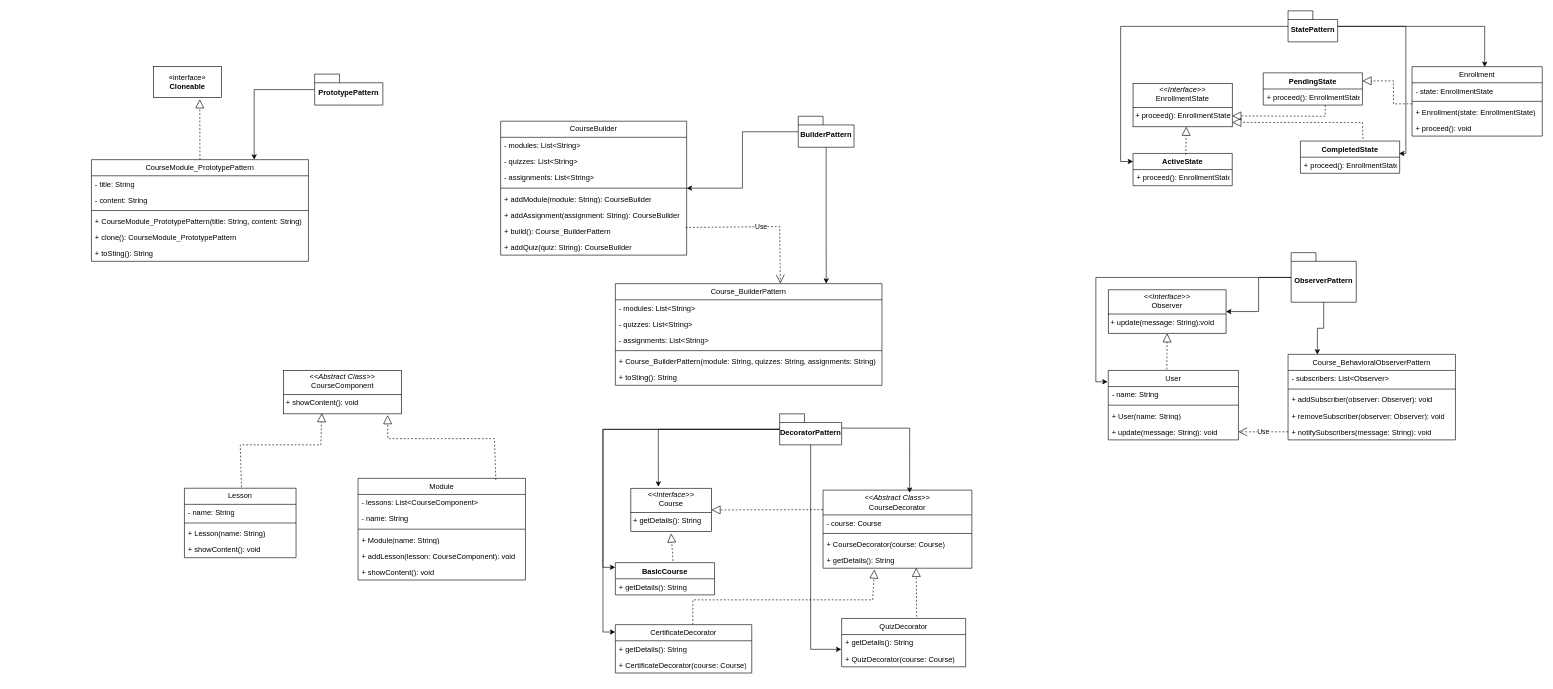
Before: src/Диаграмма без названия.drawio in AkBePEEK/SoftwareDesignPatterns_Project, a draw.io diagram. Source tidied: cells renumbered, new cells numbered last; positions are measured from the earlier drawing's top-left corner, leaving out a move shared by most shapes. Both pictures are drawn from the tidied source at 62%, with x=0, y=0 at pixel (91, 11).
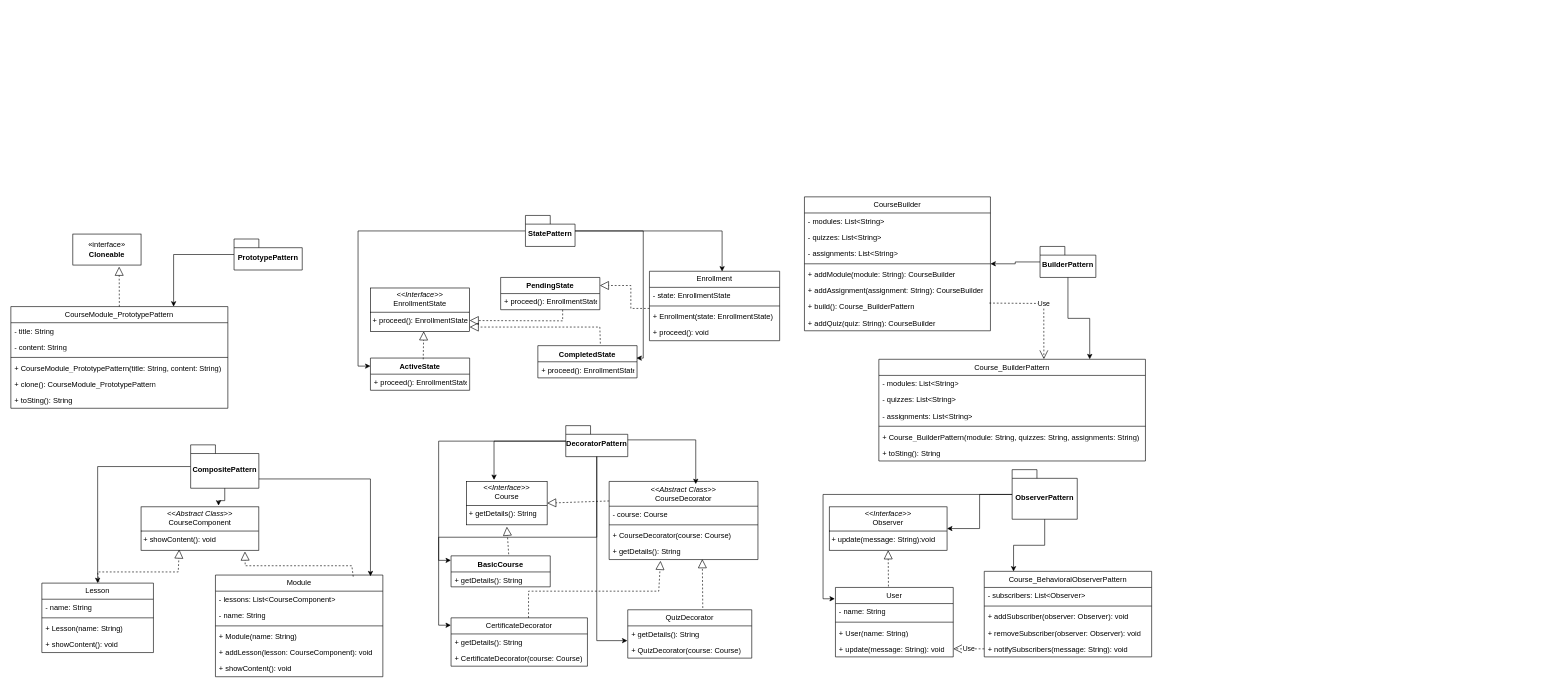
The same diagram, later.

Unchanged cells that the change refers to:
```xml
<mxCell id="18" value="+ build():&amp;nbsp;&lt;span style=&quot;text-align: center;&quot;&gt;Course_BuilderPattern&lt;/span&gt;" style="text;strokeColor=none;fillColor=none;align=left;verticalAlign=top;spacingLeft=4;spacingRight=4;overflow=hidden;points=[[0,0.5],[1,0.5]];portConstraint=eastwest;whiteSpace=wrap;html=1;" parent="11" vertex="1">
  <mxGeometry y="164" width="300" height="26" as="geometry" />
</mxCell>
<mxCell id="48" value="+&amp;nbsp;getDetails(): String" style="text;strokeColor=none;fillColor=none;align=left;verticalAlign=top;spacingLeft=4;spacingRight=4;overflow=hidden;points=[[0,0.5],[1,0.5]];portConstraint=eastwest;whiteSpace=wrap;html=1;" parent="44" vertex="1">
  <mxGeometry y="100" width="240" height="26" as="geometry" />
</mxCell>
<mxCell id="62" value="+&amp;nbsp;proceed():&amp;nbsp;EnrollmentState" style="text;strokeColor=none;fillColor=none;align=left;verticalAlign=top;spacingLeft=4;spacingRight=4;overflow=hidden;points=[[0,0.5],[1,0.5]];portConstraint=eastwest;whiteSpace=wrap;html=1;" parent="61" vertex="1">
  <mxGeometry y="26" width="160" height="26" as="geometry" />
</mxCell>
<mxCell id="73" value="+&amp;nbsp;&lt;span style=&quot;text-align: center;&quot;&gt;Enrollment&lt;/span&gt;(state: EnrollmentState)" style="text;strokeColor=none;fillColor=none;align=left;verticalAlign=top;spacingLeft=4;spacingRight=4;overflow=hidden;points=[[0,0.5],[1,0.5]];portConstraint=eastwest;whiteSpace=wrap;html=1;" parent="70" vertex="1">
  <mxGeometry y="60" width="210" height="26" as="geometry" />
</mxCell>
```

What changed in the source:
```diff
@@
     <mxCell id="2" value="CourseModule_PrototypePattern" style="swimlane;fontStyle=0;horizontal=1;startSize=26;fillColor=none;whiteSpace=wrap;html=1;" parent="1" vertex="1">
-      <mxGeometry y="240" width="350" height="164" as="geometry" />
+      <mxGeometry x="-130" y="477" width="350" height="164" as="geometry" />
     </mxCell>
@@
     <mxCell id="9" value="«interface»&lt;br&gt;&lt;b&gt;Cloneable&lt;/b&gt;" style="html=1;whiteSpace=wrap;" parent="1" vertex="1">
-      <mxGeometry x="100" y="90" width="110" height="50" as="geometry" />
+      <mxGeometry x="-30" y="360" width="110" height="50" as="geometry" />
     </mxCell>
@@
     <mxCell id="11" value="CourseBuilder" style="swimlane;fontStyle=0;horizontal=1;startSize=26;fillColor=none;whiteSpace=wrap;html=1;" parent="1" vertex="1">
-      <mxGeometry x="660" y="178" width="300" height="216" as="geometry" />
+      <mxGeometry x="1150" y="300" width="300" height="216" as="geometry" />
     </mxCell>
@@
     <mxCell id="20" value="Course_BuilderPattern" style="swimlane;fontStyle=0;horizontal=1;startSize=26;fillColor=none;whiteSpace=wrap;html=1;" parent="1" vertex="1">
-      <mxGeometry x="845" y="440" width="430" height="164" as="geometry" />
+      <mxGeometry x="1270" y="562" width="430" height="164" as="geometry" />
     </mxCell>
@@
     <mxCell id="27" value="Use" style="endArrow=open;endSize=12;dashed=1;html=1;rounded=0;exitX=0.994;exitY=0.282;exitDx=0;exitDy=0;exitPerimeter=0;entryX=0.619;entryY=-0.002;entryDx=0;entryDy=0;entryPerimeter=0;" parent="1" edge="1" source="18" target="20">
       <mxGeometry relative="1" as="geometry">
         <Array as="points">
-          <mxPoint x="1110" y="348" />
+          <mxPoint x="1536" y="472" />
         </Array>
       </mxGeometry>
     </mxCell>
     <mxCell id="28" value="&lt;p style=&quot;margin:0px;margin-top:4px;text-align:center;&quot;&gt;&lt;i&gt;&amp;lt;&amp;lt;Abstract Class&amp;gt;&amp;gt;&lt;/i&gt;&lt;br&gt;CourseComponent&lt;/p&gt;&lt;hr size=&quot;1&quot; style=&quot;border-style:solid;&quot;&gt;&lt;p style=&quot;margin:0px;margin-left:4px;&quot;&gt;+&amp;nbsp;showContent(): void&lt;/p&gt;" style="verticalAlign=top;align=left;overflow=fill;html=1;whiteSpace=wrap;" parent="1" vertex="1">
-      <mxGeometry x="310" y="580" width="190" height="70" as="geometry" />
+      <mxGeometry x="80" y="800" width="190" height="70" as="geometry" />
     </mxCell>
     <mxCell id="29" value="Lesson" style="swimlane;fontStyle=0;horizontal=1;startSize=26;fillColor=none;whiteSpace=wrap;html=1;" parent="1" vertex="1">
-      <mxGeometry x="150" y="770" width="180" height="112" as="geometry" />
+      <mxGeometry x="-80" y="923" width="180" height="112" as="geometry" />
     </mxCell>
@@
     <mxCell id="34" style="endArrow=block;dashed=1;endFill=0;endSize=12;html=1;rounded=0;exitX=0.511;exitY=-0.015;exitDx=0;exitDy=0;exitPerimeter=0;entryX=0.324;entryY=0.983;entryDx=0;entryDy=0;entryPerimeter=0;" parent="1" edge="1" source="29" target="28">
       <mxGeometry relative="1" as="geometry">
         <Array as="points">
-          <mxPoint x="240" y="700" />
-          <mxPoint x="370" y="700" />
+          <mxPoint x="10" y="905" />
+          <mxPoint x="140" y="905" />
         </Array>
       </mxGeometry>
     </mxCell>
     <mxCell id="35" value="Module" style="swimlane;fontStyle=0;horizontal=1;startSize=26;fillColor=none;whiteSpace=wrap;html=1;" parent="1" vertex="1">
-      <mxGeometry x="430" y="754" width="270" height="164" as="geometry" />
+      <mxGeometry x="200" y="910" width="270" height="164" as="geometry" />
     </mxCell>
@@
     <mxCell id="42" style="endArrow=block;dashed=1;endFill=0;endSize=12;html=1;rounded=0;entryX=0.882;entryY=1.029;entryDx=0;entryDy=0;entryPerimeter=0;exitX=0.823;exitY=0.016;exitDx=0;exitDy=0;exitPerimeter=0;" parent="1" edge="1" source="35" target="28">
       <mxGeometry relative="1" as="geometry">
         <Array as="points">
-          <mxPoint x="650" y="690" />
-          <mxPoint x="478" y="690" />
+          <mxPoint x="420" y="895" />
+          <mxPoint x="248" y="895" />
         </Array>
       </mxGeometry>
     </mxCell>
     <mxCell id="43" value="&lt;p style=&quot;margin:0px;margin-top:4px;text-align:center;&quot;&gt;&lt;i&gt;&amp;lt;&amp;lt;Interface&amp;gt;&amp;gt;&lt;/i&gt;&lt;br&gt;Course&lt;/p&gt;&lt;hr size=&quot;1&quot; style=&quot;border-style:solid;&quot;&gt;&lt;p style=&quot;margin:0px;margin-left:4px;&quot;&gt;+&amp;nbsp;getDetails(): String&lt;/p&gt;" style="verticalAlign=top;align=left;overflow=fill;html=1;whiteSpace=wrap;" parent="1" vertex="1">
-      <mxGeometry x="870" y="770" width="130" height="70" as="geometry" />
+      <mxGeometry x="605" y="759" width="130" height="70" as="geometry" />
     </mxCell>
     <mxCell id="44" value="&lt;div&gt;&lt;i&gt;&amp;lt;&amp;lt;Abstract Class&amp;gt;&amp;gt;&lt;/i&gt;&lt;br&gt;&lt;/div&gt;CourseDecorator" style="swimlane;fontStyle=0;horizontal=1;startSize=40;fillColor=none;whiteSpace=wrap;html=1;" parent="1" vertex="1">
-      <mxGeometry x="1180" y="773" width="240" height="126" as="geometry" />
+      <mxGeometry x="835" y="759" width="240" height="126" as="geometry" />
     </mxCell>
@@
     <mxCell id="49" value="BasicCourse" style="swimlane;fontStyle=1;align=center;verticalAlign=top;horizontal=1;startSize=26;whiteSpace=wrap;html=1;" parent="1" vertex="1">
-      <mxGeometry x="845" y="890" width="160" height="52" as="geometry" />
+      <mxGeometry x="580" y="879" width="160" height="50" as="geometry" />
     </mxCell>
     <mxCell id="50" value="+&amp;nbsp;getDetails(): String" style="text;strokeColor=none;fillColor=none;align=left;verticalAlign=top;spacingLeft=4;spacingRight=4;overflow=hidden;whiteSpace=wrap;html=1;" parent="49" vertex="1">
-      <mxGeometry y="26" width="160" height="26" as="geometry" />
+      <mxGeometry y="26" width="160" height="24" as="geometry" />
     </mxCell>
     <mxCell id="51" style="endArrow=block;dashed=1;endFill=0;endSize=12;html=1;rounded=0;exitX=0.581;exitY=-0.051;exitDx=0;exitDy=0;exitPerimeter=0;" parent="1" edge="1" source="49">
       <mxGeometry relative="1" as="geometry">
-        <mxPoint x="935" y="843" as="targetPoint" />
+        <mxPoint x="670" y="832" as="targetPoint" />
       </mxGeometry>
     </mxCell>
@@
     <mxCell id="53" value="CertificateDecorator" style="swimlane;fontStyle=0;horizontal=1;startSize=26;fillColor=none;whiteSpace=wrap;html=1;" parent="1" vertex="1">
-      <mxGeometry x="845" y="990" width="220" height="78" as="geometry" />
+      <mxGeometry x="580" y="979" width="220" height="78" as="geometry" />
     </mxCell>
@@
     <mxCell id="56" value="QuizDecorator" style="swimlane;fontStyle=0;horizontal=1;startSize=26;fillColor=none;whiteSpace=wrap;html=1;" parent="1" vertex="1">
-      <mxGeometry x="1210" y="980" width="200" height="78" as="geometry" />
+      <mxGeometry x="865" y="966" width="200" height="78" as="geometry" />
     </mxCell>
@@
     <mxCell id="59" style="endArrow=block;dashed=1;endFill=0;endSize=12;html=1;rounded=0;exitX=0.568;exitY=0;exitDx=0;exitDy=0;exitPerimeter=0;entryX=0.345;entryY=1.08;entryDx=0;entryDy=0;entryPerimeter=0;" parent="1" edge="1" source="53" target="48">
       <mxGeometry relative="1" as="geometry">
         <Array as="points">
-          <mxPoint x="970" y="950" />
-          <mxPoint x="1260" y="950" />
+          <mxPoint x="705" y="936" />
+          <mxPoint x="915" y="936" />
         </Array>
       </mxGeometry>
     </mxCell>
     <mxCell id="60" value="&lt;p style=&quot;margin:0px;margin-top:4px;text-align:center;&quot;&gt;&lt;i&gt;&amp;lt;&amp;lt;Interface&amp;gt;&amp;gt;&lt;/i&gt;&lt;br&gt;EnrollmentState&lt;/p&gt;&lt;hr size=&quot;1&quot; style=&quot;border-style:solid;&quot;&gt;&lt;p style=&quot;margin:0px;margin-left:4px;&quot;&gt;+&amp;nbsp;proceed():&amp;nbsp;EnrollmentState&lt;/p&gt;" style="verticalAlign=top;align=left;overflow=fill;html=1;whiteSpace=wrap;" parent="1" vertex="1">
-      <mxGeometry x="1680" y="117" width="160" height="70" as="geometry" />
+      <mxGeometry x="450" y="447" width="160" height="70" as="geometry" />
     </mxCell>
     <mxCell id="61" value="PendingState" style="swimlane;fontStyle=1;align=center;verticalAlign=top;horizontal=1;startSize=26;whiteSpace=wrap;html=1;" parent="1" vertex="1">
-      <mxGeometry x="1890" y="100" width="160" height="52" as="geometry" />
+      <mxGeometry x="660" y="430" width="160" height="52" as="geometry" />
     </mxCell>
@@
     <mxCell id="63" value="CompletedState" style="swimlane;fontStyle=1;align=center;verticalAlign=top;horizontal=1;startSize=26;whiteSpace=wrap;html=1;" parent="1" vertex="1">
-      <mxGeometry x="1950" y="210" width="160" height="52" as="geometry" />
+      <mxGeometry x="720" y="540" width="160" height="52" as="geometry" />
     </mxCell>
@@
     <mxCell id="65" value="ActiveState" style="swimlane;fontStyle=1;align=center;verticalAlign=top;horizontal=1;startSize=26;whiteSpace=wrap;html=1;" parent="1" vertex="1">
-      <mxGeometry x="1680" y="230" width="160" height="52" as="geometry" />
+      <mxGeometry x="450" y="560" width="160" height="52" as="geometry" />
     </mxCell>
@@
     <mxCell id="68" style="endArrow=block;dashed=1;endFill=0;endSize=12;html=1;rounded=0;entryX=1;entryY=0.9;entryDx=0;entryDy=0;entryPerimeter=0;exitX=0.63;exitY=-0.064;exitDx=0;exitDy=0;exitPerimeter=0;" parent="1" edge="1" source="63" target="60">
       <mxGeometry relative="1" as="geometry">
         <Array as="points">
-          <mxPoint x="2050" y="180" />
+          <mxPoint x="820" y="510" />
         </Array>
       </mxGeometry>
     </mxCell>
     <mxCell id="69" style="endArrow=block;dashed=1;endFill=0;endSize=12;html=1;rounded=0;entryX=1;entryY=0.75;entryDx=0;entryDy=0;exitX=0.625;exitY=1.003;exitDx=0;exitDy=0;exitPerimeter=0;" parent="1" edge="1" source="62" target="60">
       <mxGeometry relative="1" as="geometry">
         <Array as="points">
-          <mxPoint x="1990" y="170" />
+          <mxPoint x="760" y="500" />
         </Array>
       </mxGeometry>
     </mxCell>
     <mxCell id="70" value="Enrollment" style="swimlane;fontStyle=0;horizontal=1;startSize=26;fillColor=none;whiteSpace=wrap;html=1;" parent="1" vertex="1">
-      <mxGeometry x="2130" y="90" width="210" height="112" as="geometry" />
+      <mxGeometry x="900" y="420" width="210" height="112" as="geometry" />
     </mxCell>
@@
     <mxCell id="75" style="endArrow=block;dashed=1;endFill=0;endSize=12;html=1;rounded=0;entryX=1;entryY=0.25;entryDx=0;entryDy=0;exitX=0;exitY=0;exitDx=0;exitDy=0;exitPerimeter=0;" parent="1" edge="1" source="73" target="61">
       <mxGeometry relative="1" as="geometry">
         <Array as="points">
-          <mxPoint x="2100" y="150" />
-          <mxPoint x="2100" y="113" />
+          <mxPoint x="870" y="480" />
+          <mxPoint x="870" y="443" />
         </Array>
       </mxGeometry>
     </mxCell>
     <mxCell id="76" value="User" style="swimlane;fontStyle=0;horizontal=1;startSize=26;fillColor=none;whiteSpace=wrap;html=1;" parent="1" vertex="1">
-      <mxGeometry x="1640" y="580" width="210" height="112" as="geometry" />
+      <mxGeometry x="1200" y="930" width="190" height="112" as="geometry" />
     </mxCell>
     <mxCell id="77" value="- name: String" style="text;strokeColor=none;fillColor=none;align=left;verticalAlign=top;spacingLeft=4;spacingRight=4;overflow=hidden;whiteSpace=wrap;html=1;" parent="76" vertex="1">
-      <mxGeometry y="26" width="210" height="26" as="geometry" />
+      <mxGeometry y="26" width="190" height="26" as="geometry" />
     </mxCell>
     <mxCell id="78" style="line;strokeWidth=1;fillColor=none;align=left;verticalAlign=middle;spacingTop=-1;spacingLeft=3;spacingRight=3;labelPosition=right;strokeColor=inherit;" parent="76" vertex="1">
-      <mxGeometry y="52" width="210" height="8" as="geometry" />
+      <mxGeometry y="52" width="190" height="8" as="geometry" />
     </mxCell>
     <mxCell id="79" value="+ User(name: String)" style="text;strokeColor=none;fillColor=none;align=left;verticalAlign=top;spacingLeft=4;spacingRight=4;overflow=hidden;whiteSpace=wrap;html=1;" parent="76" vertex="1">
-      <mxGeometry y="60" width="210" height="26" as="geometry" />
+      <mxGeometry y="60" width="190" height="26" as="geometry" />
     </mxCell>
     <mxCell id="80" value="+ update(message: String): void" style="text;strokeColor=none;fillColor=none;align=left;verticalAlign=top;spacingLeft=4;spacingRight=4;overflow=hidden;points=[[0,0.5],[1,0.5]];portConstraint=eastwest;whiteSpace=wrap;html=1;" parent="76" vertex="1">
-      <mxGeometry y="86" width="210" height="26" as="geometry" />
+      <mxGeometry y="86" width="190" height="26" as="geometry" />
     </mxCell>
     <mxCell id="81" value="Course_BehavioralObserverPattern" style="swimlane;fontStyle=0;horizontal=1;startSize=26;fillColor=none;whiteSpace=wrap;html=1;" parent="1" vertex="1">
-      <mxGeometry x="1930" y="554" width="270" height="138" as="geometry" />
+      <mxGeometry x="1440" y="904" width="270" height="138" as="geometry" />
     </mxCell>
@@
     <mxCell id="87" value="&lt;p style=&quot;margin:0px;margin-top:4px;text-align:center;&quot;&gt;&lt;i&gt;&amp;lt;&amp;lt;Interface&amp;gt;&amp;gt;&lt;/i&gt;&lt;br&gt;Observer&lt;/p&gt;&lt;hr size=&quot;1&quot; style=&quot;border-style:solid;&quot;&gt;&lt;p style=&quot;margin:0px;margin-left:4px;&quot;&gt;+ update(message: String):void&lt;/p&gt;" style="verticalAlign=top;align=left;overflow=fill;html=1;whiteSpace=wrap;" parent="1" vertex="1">
-      <mxGeometry x="1640" y="450" width="190" height="70" as="geometry" />
+      <mxGeometry x="1190" y="800" width="190" height="70" as="geometry" />
     </mxCell>
@@
     <mxCell id="91" value="ObserverPattern" style="shape=folder;fontStyle=1;spacingTop=10;tabWidth=40;tabHeight=14;tabPosition=left;html=1;whiteSpace=wrap;" parent="1" vertex="1">
-      <mxGeometry x="1935" y="390" width="105" height="80" as="geometry" />
+      <mxGeometry x="1485" y="740" width="105" height="80" as="geometry" />
     </mxCell>
@@
     <mxCell id="95" value="StatePattern" style="shape=folder;fontStyle=1;spacingTop=10;tabWidth=40;tabHeight=14;tabPosition=left;html=1;whiteSpace=wrap;" parent="1" vertex="1">
-      <mxGeometry x="1930" width="80" height="50" as="geometry" />
+      <mxGeometry x="700" y="330" width="80" height="50" as="geometry" />
     </mxCell>
@@
     <mxCell id="97" style="edgeStyle=orthogonalEdgeStyle;rounded=0;jettySize=auto;html=1;entryX=0.994;entryY=0.386;entryDx=0;entryDy=0;entryPerimeter=0;" parent="1" edge="1" source="95" target="63">
       <mxGeometry relative="1" as="geometry">
         <Array as="points">
-          <mxPoint x="2120" y="25" />
-          <mxPoint x="2120" y="230" />
+          <mxPoint x="890" y="355" />
+          <mxPoint x="890" y="560" />
         </Array>
       </mxGeometry>
     </mxCell>
@@
     <mxCell id="99" value="BuilderPattern" style="shape=folder;fontStyle=1;spacingTop=10;tabWidth=40;tabHeight=14;tabPosition=left;html=1;whiteSpace=wrap;" parent="1" vertex="1">
-      <mxGeometry x="1140" y="170" width="90" height="50" as="geometry" />
+      <mxGeometry x="1530" y="380" width="90" height="50" as="geometry" />
     </mxCell>
@@
     <mxCell id="102" value="PrototypePattern" style="shape=folder;fontStyle=1;spacingTop=10;tabWidth=40;tabHeight=14;tabPosition=left;html=1;whiteSpace=wrap;" parent="1" vertex="1">
-      <mxGeometry x="360" y="102" width="110" height="50" as="geometry" />
+      <mxGeometry x="230" y="368" width="110" height="50" as="geometry" />
     </mxCell>
     <mxCell id="103" value="DecoratorPattern" style="shape=folder;fontStyle=1;spacingTop=10;tabWidth=40;tabHeight=14;tabPosition=left;html=1;whiteSpace=wrap;" parent="1" vertex="1">
-      <mxGeometry x="1110" y="650" width="100" height="50" as="geometry" />
+      <mxGeometry x="765" y="669" width="100" height="50" as="geometry" />
     </mxCell>
@@
+    <mxCell id="110" style="edgeStyle=orthogonalEdgeStyle;rounded=0;jettySize=auto;html=1;" parent="1" edge="1" source="111" target="29">
+      <mxGeometry relative="1" as="geometry" />
+    </mxCell>
+    <mxCell id="111" value="CompositePattern" style="shape=folder;fontStyle=1;spacingTop=10;tabWidth=40;tabHeight=14;tabPosition=left;html=1;whiteSpace=wrap;" parent="1" vertex="1">
+      <mxGeometry x="160" y="700" width="110" height="70" as="geometry" />
+    </mxCell>
+    <mxCell id="112" style="edgeStyle=orthogonalEdgeStyle;rounded=0;jettySize=auto;html=1;entryX=0.658;entryY=-0.029;entryDx=0;entryDy=0;entryPerimeter=0;" parent="1" edge="1" source="111" target="28">
+      <mxGeometry relative="1" as="geometry" />
+    </mxCell>
+    <mxCell id="113" style="edgeStyle=orthogonalEdgeStyle;rounded=0;jettySize=auto;html=1;entryX=0.926;entryY=0.012;entryDx=0;entryDy=0;entryPerimeter=0;" parent="1" edge="1" source="111" target="35">
+      <mxGeometry relative="1" as="geometry">
+        <Array as="points">
+          <mxPoint x="215" y="755" />
+          <mxPoint x="450" y="755" />
+        </Array>
+      </mxGeometry>
+    </mxCell>
```
